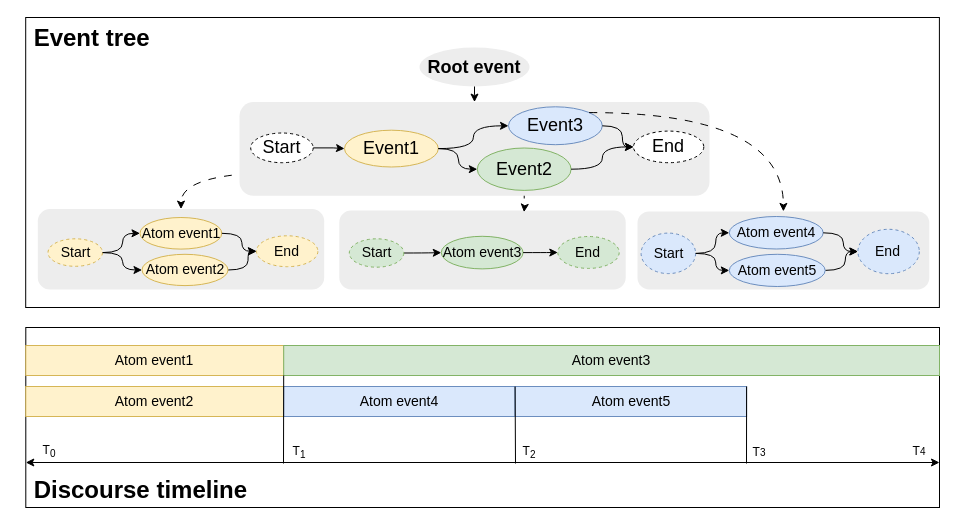
This is timeinfer.drawio from QingrenJia/DrawIO, a draw.io file, before an edit. Source tidied: cells renumbered, new cells numbered last; positions are measured from the earlier drawing's top-left corner, leaving out a move shared by most shapes. Both pictures are drawn from the tidied source at 100%, with x=0, y=0 at pixel (19, 17).
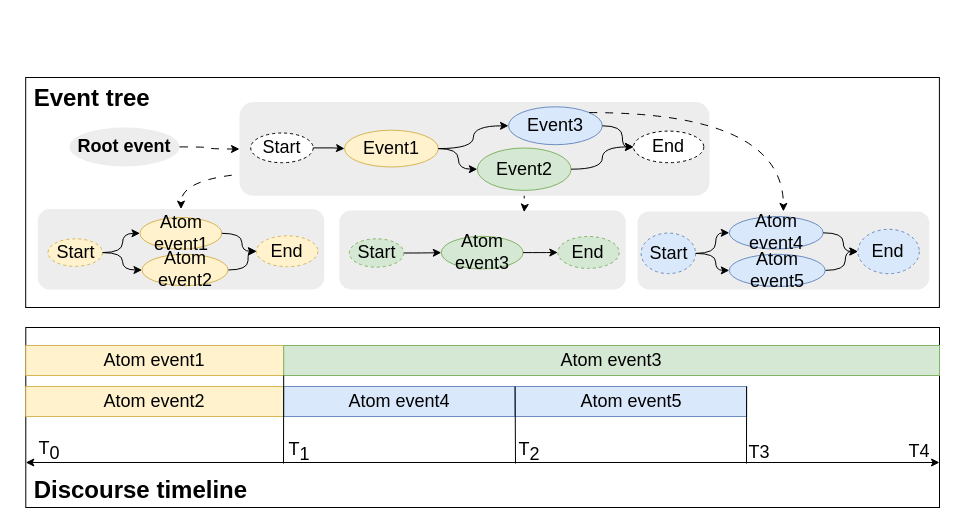
After the change.

Unchanged cells that the change refers to:
```xml
<mxCell id="3" value="&lt;b&gt;&lt;font style=&quot;font-size: 24px;&quot;&gt;&lt;br&gt;&lt;br&gt;&lt;br&gt;&lt;br&gt;&amp;nbsp;Discourse timeline&lt;/font&gt;&lt;/b&gt;" style="rounded=0;whiteSpace=wrap;html=1;align=left;verticalAlign=bottom;" parent="1" vertex="1">
  <mxGeometry x="6.3" y="310" width="913.7" height="180" as="geometry" />
</mxCell>
<mxCell id="10" style="group;fontSize=18;" parent="1" vertex="1">
  <mxGeometry x="18.3" y="30" width="891.5" height="249" as="geometry" />
</mxCell>
```

Diff of the diagram source:
```diff
@@
     <mxCell id="2" value="&lt;div style=&quot;&quot;&gt;&lt;b style=&quot;background-color: initial;&quot;&gt;&lt;font style=&quot;font-size: 24px;&quot;&gt;&amp;nbsp;Event tree&lt;/font&gt;&lt;/b&gt;&lt;/div&gt;&lt;font style=&quot;&quot;&gt;&lt;div style=&quot;&quot;&gt;&lt;span style=&quot;font-size: 24px;&quot;&gt;&lt;b&gt;&lt;br&gt;&lt;/b&gt;&lt;/span&gt;&lt;/div&gt;&lt;div style=&quot;&quot;&gt;&lt;br&gt;&lt;/div&gt;&lt;div style=&quot;&quot;&gt;&lt;br&gt;&lt;/div&gt;&lt;div style=&quot;&quot;&gt;&lt;br&gt;&lt;/div&gt;&lt;div style=&quot;&quot;&gt;&lt;br&gt;&lt;/div&gt;&lt;div style=&quot;&quot;&gt;&lt;br&gt;&lt;/div&gt;&lt;div style=&quot;&quot;&gt;&lt;br&gt;&lt;/div&gt;&lt;div style=&quot;&quot;&gt;&lt;br&gt;&lt;/div&gt;&lt;font style=&quot;&quot;&gt;&lt;br&gt;&lt;br&gt;&lt;br&gt;&lt;br&gt;&lt;br&gt;&lt;br&gt;&lt;div style=&quot;&quot;&gt;&lt;br&gt;&lt;/div&gt;&lt;/font&gt;&lt;/font&gt;" style="rounded=0;whiteSpace=wrap;html=1;align=left;verticalAlign=top;" parent="1" vertex="1">
-      <mxGeometry x="6.2" width="913.7" height="290" as="geometry" />
+      <mxGeometry x="6.2" y="60" width="913.7" height="230" as="geometry" />
     </mxCell>
@@
-    <mxCell id="4" style="group;fontStyle=0;" parent="1" vertex="1">
+    <mxCell id="4" style="group;fontStyle=0;fontSize=18;" parent="1" vertex="1">
       <mxGeometry x="6.3" y="328" width="913.7" height="71" as="geometry" />
     </mxCell>
-    <mxCell id="5" value="&lt;h2 style=&quot;border-color: var(--border-color); font-size: 14px;&quot;&gt;&lt;span style=&quot;font-weight: normal;&quot;&gt;Atom event2&lt;/span&gt;&lt;/h2&gt;" style="rounded=0;whiteSpace=wrap;html=1;fillColor=#fff2cc;strokeColor=#d6b656;fontStyle=0;" parent="4" vertex="1">
+    <mxCell id="5" value="&lt;h2 style=&quot;border-color: var(--border-color); font-size: 18px;&quot;&gt;&lt;span style=&quot;font-weight: normal; font-size: 18px;&quot;&gt;Atom event2&lt;/span&gt;&lt;/h2&gt;" style="rounded=0;whiteSpace=wrap;html=1;fillColor=#fff2cc;strokeColor=#d6b656;fontStyle=0;fontSize=18;" parent="4" vertex="1">
       <mxGeometry y="41" width="257.9" height="30" as="geometry" />
     </mxCell>
-    <mxCell id="6" value="&lt;h2 style=&quot;border-color: var(--border-color); font-size: 14px;&quot;&gt;&lt;span style=&quot;font-weight: normal;&quot;&gt;Atom event1&lt;/span&gt;&lt;/h2&gt;" style="rounded=0;whiteSpace=wrap;html=1;fillColor=#fff2cc;strokeColor=#d6b656;fontStyle=1;" parent="4" vertex="1">
+    <mxCell id="6" value="&lt;h2 style=&quot;border-color: var(--border-color); font-size: 18px;&quot;&gt;&lt;span style=&quot;font-weight: normal; font-size: 18px;&quot;&gt;Atom event1&lt;/span&gt;&lt;/h2&gt;" style="rounded=0;whiteSpace=wrap;html=1;fillColor=#fff2cc;strokeColor=#d6b656;fontStyle=1;fontSize=18;" parent="4" vertex="1">
       <mxGeometry width="257.9" height="30" as="geometry" />
     </mxCell>
-    <mxCell id="7" value="&lt;h2 style=&quot;border-color: var(--border-color); font-size: 14px;&quot;&gt;&lt;span style=&quot;font-weight: normal;&quot;&gt;Atom event3&lt;/span&gt;&lt;/h2&gt;" style="rounded=0;whiteSpace=wrap;html=1;fillColor=#d5e8d4;strokeColor=#82b366;fontStyle=0;" parent="4" vertex="1">
+    <mxCell id="7" value="&lt;h2 style=&quot;border-color: var(--border-color); font-size: 18px;&quot;&gt;&lt;span style=&quot;font-weight: normal; font-size: 18px;&quot;&gt;Atom event3&lt;/span&gt;&lt;/h2&gt;" style="rounded=0;whiteSpace=wrap;html=1;fillColor=#d5e8d4;strokeColor=#82b366;fontStyle=0;fontSize=18;" parent="4" vertex="1">
       <mxGeometry x="257.9" width="655.8" height="30" as="geometry" />
     </mxCell>
-    <mxCell id="8" value="&lt;h2 style=&quot;border-color: var(--border-color); font-size: 14px;&quot;&gt;&lt;span style=&quot;font-weight: normal;&quot;&gt;Atom event4&lt;/span&gt;&lt;/h2&gt;" style="rounded=0;whiteSpace=wrap;html=1;fillColor=#dae8fc;strokeColor=#6c8ebf;fontStyle=0;" parent="4" vertex="1">
+    <mxCell id="8" value="&lt;h2 style=&quot;border-color: var(--border-color); font-size: 18px;&quot;&gt;&lt;span style=&quot;font-weight: normal; font-size: 18px;&quot;&gt;Atom event4&lt;/span&gt;&lt;/h2&gt;" style="rounded=0;whiteSpace=wrap;html=1;fillColor=#dae8fc;strokeColor=#6c8ebf;fontStyle=0;fontSize=18;" parent="4" vertex="1">
       <mxGeometry x="257.9" y="41" width="231.5" height="30" as="geometry" />
     </mxCell>
-    <mxCell id="9" value="&lt;h2 style=&quot;border-color: var(--border-color); font-size: 14px;&quot;&gt;&lt;span style=&quot;font-weight: normal;&quot;&gt;Atom event5&lt;/span&gt;&lt;/h2&gt;" style="rounded=0;whiteSpace=wrap;html=1;fillColor=#dae8fc;strokeColor=#6c8ebf;fontStyle=0;" parent="4" vertex="1">
+    <mxCell id="9" value="&lt;h2 style=&quot;border-color: var(--border-color); font-size: 18px;&quot;&gt;&lt;span style=&quot;font-weight: normal; font-size: 18px;&quot;&gt;Atom event5&lt;/span&gt;&lt;/h2&gt;" style="rounded=0;whiteSpace=wrap;html=1;fillColor=#dae8fc;strokeColor=#6c8ebf;fontStyle=0;fontSize=18;" parent="4" vertex="1">
       <mxGeometry x="489.3" y="41" width="231.5" height="30" as="geometry" />
     </mxCell>
@@
-    <mxCell id="11" value="&lt;h2 style=&quot;border-color: var(--border-color); text-align: center; font-size: 14px;&quot;&gt;&lt;br style=&quot;font-size: 14px;&quot;&gt;&lt;/h2&gt;" style="rounded=1;whiteSpace=wrap;html=1;align=left;fillColor=#ededed;strokeColor=none;fontSize=14;" parent="10" vertex="1">
+    <mxCell id="11" value="&lt;h2 style=&quot;border-color: var(--border-color); text-align: center; font-size: 18px;&quot;&gt;&lt;br style=&quot;font-size: 18px;&quot;&gt;&lt;/h2&gt;" style="rounded=1;whiteSpace=wrap;html=1;align=left;fillColor=#ededed;strokeColor=none;fontSize=18;" parent="10" vertex="1">
       <mxGeometry y="161.6" width="286.4" height="80.4" as="geometry" />
     </mxCell>
-    <mxCell id="12" value="&lt;h2 style=&quot;border-color: var(--border-color); text-align: center; font-size: 14px;&quot;&gt;&lt;br style=&quot;font-size: 14px;&quot;&gt;&lt;/h2&gt;" style="rounded=1;whiteSpace=wrap;html=1;align=left;strokeColor=none;fillColor=#ededed;fontSize=14;" parent="10" vertex="1">
+    <mxCell id="12" value="&lt;h2 style=&quot;border-color: var(--border-color); text-align: center; font-size: 18px;&quot;&gt;&lt;br style=&quot;font-size: 18px;&quot;&gt;&lt;/h2&gt;" style="rounded=1;whiteSpace=wrap;html=1;align=left;strokeColor=none;fillColor=#ededed;fontSize=18;" parent="10" vertex="1">
       <mxGeometry x="301.5" y="163.1" width="286.4" height="78.8" as="geometry" />
     </mxCell>
     <mxCell id="13" value="&lt;h2 style=&quot;font-size: 18px;&quot;&gt;Root event&lt;/h2&gt;" style="ellipse;whiteSpace=wrap;html=1;fontSize=18;fillColor=#ededed;strokeColor=none;" parent="10" vertex="1">
-      <mxGeometry x="381.7" width="110" height="39" as="geometry" />
+      <mxGeometry x="31.7" y="79.9" width="110" height="39" as="geometry" />
     </mxCell>
@@
-    <mxCell id="16" value="&lt;h2 style=&quot;font-size: 18px;&quot;&gt;&lt;/h2&gt;&lt;h2 style=&quot;border-color: var(--border-color); text-align: center; font-size: 18px;&quot;&gt;&lt;br&gt;&lt;/h2&gt;" style="rounded=1;whiteSpace=wrap;html=1;align=left;fillColor=#ededed;strokeColor=none;fontSize=18;" parent="10" vertex="1">
+    <mxCell id="16" value="&lt;h2 style=&quot;font-size: 18px;&quot;&gt;&lt;/h2&gt;&lt;h2 style=&quot;border-color: var(--border-color); text-align: center; font-size: 18px;&quot;&gt;&lt;br style=&quot;font-size: 18px;&quot;&gt;&lt;/h2&gt;" style="rounded=1;whiteSpace=wrap;html=1;align=left;fillColor=#ededed;strokeColor=none;fontSize=18;" parent="10" vertex="1">
       <mxGeometry x="201.7" y="54.6" width="470" height="93.7" as="geometry" />
     </mxCell>
@@
-    <mxCell id="18" style="group;strokeColor=none;fontSize=14;" parent="10" vertex="1">
+    <mxCell id="18" style="group;strokeColor=none;fontSize=18;" parent="10" vertex="1">
       <mxGeometry x="10.2" y="170" width="269.9" height="68.1" as="geometry" />
     </mxCell>
-    <mxCell id="19" value="&lt;h2 style=&quot;border-color: var(--border-color); font-size: 14px;&quot;&gt;&lt;span style=&quot;font-weight: normal; font-size: 14px;&quot;&gt;Atom event1&lt;/span&gt;&lt;/h2&gt;" style="ellipse;whiteSpace=wrap;html=1;fillColor=#fff2cc;strokeColor=#d6b656;fontStyle=1;fontSize=14;" parent="18" vertex="1">
+    <mxCell id="19" value="&lt;h2 style=&quot;border-color: var(--border-color); font-size: 18px;&quot;&gt;&lt;span style=&quot;font-weight: normal; font-size: 18px;&quot;&gt;Atom event1&lt;/span&gt;&lt;/h2&gt;" style="ellipse;whiteSpace=wrap;html=1;fillColor=#fff2cc;strokeColor=#d6b656;fontStyle=1;fontSize=18;" parent="18" vertex="1">
       <mxGeometry x="92" width="81.8" height="31.6" as="geometry" />
     </mxCell>
-    <mxCell id="20" style="edgeStyle=orthogonalEdgeStyle;rounded=0;jettySize=auto;html=1;curved=1;fontSize=14;" parent="18" edge="1" source="21" target="19">
+    <mxCell id="20" style="edgeStyle=orthogonalEdgeStyle;rounded=0;jettySize=auto;html=1;curved=1;fontSize=18;" parent="18" edge="1" source="21" target="19">
       <mxGeometry relative="1" as="geometry" />
     </mxCell>
-    <mxCell id="21" value="Start" style="ellipse;whiteSpace=wrap;html=1;dashed=1;fillColor=#fff2cc;strokeColor=#d6b656;fontSize=14;" parent="18" vertex="1">
+    <mxCell id="21" value="Start" style="ellipse;whiteSpace=wrap;html=1;dashed=1;fillColor=#fff2cc;strokeColor=#d6b656;fontSize=18;" parent="18" vertex="1">
       <mxGeometry y="21.3" width="54.5" height="27.5" as="geometry" />
     </mxCell>
-    <mxCell id="22" value="End" style="ellipse;whiteSpace=wrap;html=1;dashed=1;fillColor=#fff2cc;strokeColor=#d6b656;fontSize=14;" parent="18" vertex="1">
+    <mxCell id="22" value="End" style="ellipse;whiteSpace=wrap;html=1;dashed=1;fillColor=#fff2cc;strokeColor=#d6b656;fontSize=18;" parent="18" vertex="1">
       <mxGeometry x="208.5" y="18.3" width="61.4" height="30.9" as="geometry" />
     </mxCell>
-    <mxCell id="23" style="edgeStyle=orthogonalEdgeStyle;rounded=0;jettySize=auto;html=1;curved=1;fontSize=14;" parent="18" edge="1" source="19" target="22">
+    <mxCell id="23" style="edgeStyle=orthogonalEdgeStyle;rounded=0;jettySize=auto;html=1;curved=1;fontSize=18;" parent="18" edge="1" source="19" target="22">
       <mxGeometry relative="1" as="geometry" />
     </mxCell>
-    <mxCell id="24" style="edgeStyle=orthogonalEdgeStyle;rounded=0;jettySize=auto;html=1;curved=1;fontSize=14;" parent="18" edge="1" source="25" target="22">
+    <mxCell id="24" style="edgeStyle=orthogonalEdgeStyle;rounded=0;jettySize=auto;html=1;curved=1;fontSize=18;" parent="18" edge="1" source="25" target="22">
       <mxGeometry relative="1" as="geometry" />
     </mxCell>
-    <mxCell id="25" value="&lt;h2 style=&quot;border-color: var(--border-color); font-size: 14px;&quot;&gt;&lt;span style=&quot;font-weight: normal; font-size: 14px;&quot;&gt;Atom event2&lt;/span&gt;&lt;/h2&gt;" style="ellipse;whiteSpace=wrap;html=1;fillColor=#fff2cc;strokeColor=#d6b656;fontStyle=1;fontSize=14;" parent="18" vertex="1">
+    <mxCell id="25" value="&lt;h2 style=&quot;border-color: var(--border-color); font-size: 18px;&quot;&gt;&lt;span style=&quot;font-weight: normal; font-size: 18px;&quot;&gt;Atom event2&lt;/span&gt;&lt;/h2&gt;" style="ellipse;whiteSpace=wrap;html=1;fillColor=#fff2cc;strokeColor=#d6b656;fontStyle=1;fontSize=18;" parent="18" vertex="1">
       <mxGeometry x="94" y="36.8" width="86" height="31.3" as="geometry" />
     </mxCell>
-    <mxCell id="26" style="edgeStyle=orthogonalEdgeStyle;rounded=0;jettySize=auto;html=1;curved=1;fontSize=14;" parent="18" edge="1" source="21" target="25">
+    <mxCell id="26" style="edgeStyle=orthogonalEdgeStyle;rounded=0;jettySize=auto;html=1;curved=1;fontSize=18;" parent="18" edge="1" source="21" target="25">
       <mxGeometry relative="1" as="geometry" />
     </mxCell>
-    <mxCell id="27" style="group;fontSize=14;" parent="10" vertex="1">
+    <mxCell id="27" style="group;fontSize=18;" parent="10" vertex="1">
       <mxGeometry x="311.5" y="178.7" width="269.9" height="70.3" as="geometry" />
     </mxCell>
-    <mxCell id="28" value="&lt;h2 style=&quot;border-color: var(--border-color); font-size: 14px;&quot;&gt;&lt;span style=&quot;font-weight: normal; font-size: 14px;&quot;&gt;Atom event3&lt;/span&gt;&lt;/h2&gt;" style="ellipse;whiteSpace=wrap;html=1;fillColor=#d5e8d4;strokeColor=#82b366;fontSize=14;" parent="27" vertex="1">
+    <mxCell id="28" value="&lt;h2 style=&quot;border-color: var(--border-color); font-size: 18px;&quot;&gt;&lt;span style=&quot;font-weight: normal; font-size: 18px;&quot;&gt;Atom event3&lt;/span&gt;&lt;/h2&gt;" style="ellipse;whiteSpace=wrap;html=1;fillColor=#d5e8d4;strokeColor=#82b366;fontSize=18;" parent="27" vertex="1">
       <mxGeometry x="92" y="10.1" width="81.8" height="32.6" as="geometry" />
     </mxCell>
-    <mxCell id="29" style="edgeStyle=orthogonalEdgeStyle;rounded=0;jettySize=auto;html=1;curved=1;fontSize=14;" parent="27" edge="1" source="30" target="28">
+    <mxCell id="29" style="edgeStyle=orthogonalEdgeStyle;rounded=0;jettySize=auto;html=1;curved=1;fontSize=18;" parent="27" edge="1" source="30" target="28">
       <mxGeometry relative="1" as="geometry" />
     </mxCell>
-    <mxCell id="30" value="Start" style="ellipse;whiteSpace=wrap;html=1;dashed=1;fillColor=#d5e8d4;strokeColor=#82b366;fontSize=14;" parent="27" vertex="1">
+    <mxCell id="30" value="Start" style="ellipse;whiteSpace=wrap;html=1;dashed=1;fillColor=#d5e8d4;strokeColor=#82b366;fontSize=18;" parent="27" vertex="1">
       <mxGeometry y="12.6" width="54.5" height="28.4" as="geometry" />
     </mxCell>
-    <mxCell id="31" value="End" style="ellipse;whiteSpace=wrap;html=1;dashed=1;fillColor=#d5e8d4;strokeColor=#82b366;fontSize=14;" parent="27" vertex="1">
+    <mxCell id="31" value="End" style="ellipse;whiteSpace=wrap;html=1;dashed=1;fillColor=#d5e8d4;strokeColor=#82b366;fontSize=18;" parent="27" vertex="1">
       <mxGeometry x="208.5" y="10.3" width="61.4" height="31.9" as="geometry" />
     </mxCell>
-    <mxCell id="32" style="edgeStyle=orthogonalEdgeStyle;rounded=0;jettySize=auto;html=1;curved=1;fontSize=14;" parent="27" edge="1" source="28" target="31">
+    <mxCell id="32" style="edgeStyle=orthogonalEdgeStyle;rounded=0;jettySize=auto;html=1;curved=1;fontSize=18;" parent="27" edge="1" source="28" target="31">
       <mxGeometry relative="1" as="geometry" />
     </mxCell>
@@
-    <mxCell id="43" value="&lt;h2 style=&quot;border-color: var(--border-color); text-align: center; font-size: 14px;&quot;&gt;&lt;br style=&quot;font-size: 14px;&quot;&gt;&lt;/h2&gt;" style="rounded=1;whiteSpace=wrap;html=1;align=left;gradientColor=none;fillColor=#ededed;strokeColor=none;fontSize=14;" parent="10" vertex="1">
+    <mxCell id="43" value="&lt;h2 style=&quot;border-color: var(--border-color); text-align: center; font-size: 18px;&quot;&gt;&lt;br style=&quot;font-size: 18px;&quot;&gt;&lt;/h2&gt;" style="rounded=1;whiteSpace=wrap;html=1;align=left;gradientColor=none;fillColor=#ededed;strokeColor=none;fontSize=18;" parent="10" vertex="1">
       <mxGeometry x="599.7" y="163.9" width="291.8" height="78.1" as="geometry" />
     </mxCell>
@@
-    <mxCell id="45" style="group;fontSize=14;" parent="10" vertex="1">
+    <mxCell id="45" style="group;fontSize=18;" parent="10" vertex="1">
       <mxGeometry x="611.5" y="169" width="269.9" height="70" as="geometry" />
     </mxCell>
-    <mxCell id="46" value="&lt;h2 style=&quot;border-color: var(--border-color); font-size: 14px;&quot;&gt;&lt;span style=&quot;font-weight: normal; font-size: 14px;&quot;&gt;&lt;font style=&quot;font-size: 14px;&quot;&gt;Atom event4&lt;/font&gt;&lt;/span&gt;&lt;/h2&gt;" style="ellipse;whiteSpace=wrap;html=1;fillColor=#dae8fc;strokeColor=#6c8ebf;fontSize=14;" parent="45" vertex="1">
+    <mxCell id="46" value="&lt;h2 style=&quot;border-color: var(--border-color); font-size: 18px;&quot;&gt;&lt;span style=&quot;font-weight: normal; font-size: 18px;&quot;&gt;&lt;font style=&quot;font-size: 18px;&quot;&gt;Atom event4&lt;/font&gt;&lt;/span&gt;&lt;/h2&gt;" style="ellipse;whiteSpace=wrap;html=1;fillColor=#dae8fc;strokeColor=#6c8ebf;fontSize=18;" parent="45" vertex="1">
       <mxGeometry x="80" width="93.9" height="32.5" as="geometry" />
     </mxCell>
-    <mxCell id="47" style="edgeStyle=orthogonalEdgeStyle;rounded=0;jettySize=auto;html=1;curved=1;fontSize=14;" parent="45" edge="1" source="48" target="46">
+    <mxCell id="47" style="edgeStyle=orthogonalEdgeStyle;rounded=0;jettySize=auto;html=1;curved=1;fontSize=18;" parent="45" edge="1" source="48" target="46">
       <mxGeometry relative="1" as="geometry" />
     </mxCell>
-    <mxCell id="48" value="Start" style="ellipse;whiteSpace=wrap;html=1;dashed=1;fillColor=#dae8fc;strokeColor=#6c8ebf;fontSize=14;" parent="45" vertex="1">
+    <mxCell id="48" value="Start" style="ellipse;whiteSpace=wrap;html=1;dashed=1;fillColor=#dae8fc;strokeColor=#6c8ebf;fontSize=18;" parent="45" vertex="1">
       <mxGeometry x="-8.2" y="16.6" width="54.5" height="40.5" as="geometry" />
     </mxCell>
-    <mxCell id="49" value="End" style="ellipse;whiteSpace=wrap;html=1;dashed=1;fillColor=#dae8fc;strokeColor=#6c8ebf;fontSize=14;" parent="45" vertex="1">
+    <mxCell id="49" value="End" style="ellipse;whiteSpace=wrap;html=1;dashed=1;fillColor=#dae8fc;strokeColor=#6c8ebf;fontSize=18;" parent="45" vertex="1">
       <mxGeometry x="208.6" y="12.8" width="61.4" height="44.4" as="geometry" />
     </mxCell>
-    <mxCell id="50" style="edgeStyle=orthogonalEdgeStyle;rounded=0;jettySize=auto;html=1;curved=1;fontSize=14;" parent="45" edge="1" source="46" target="49">
+    <mxCell id="50" style="edgeStyle=orthogonalEdgeStyle;rounded=0;jettySize=auto;html=1;curved=1;fontSize=18;" parent="45" edge="1" source="46" target="49">
       <mxGeometry relative="1" as="geometry" />
     </mxCell>
-    <mxCell id="51" style="edgeStyle=orthogonalEdgeStyle;rounded=0;jettySize=auto;html=1;curved=1;fontSize=14;" parent="45" edge="1" source="52" target="49">
+    <mxCell id="51" style="edgeStyle=orthogonalEdgeStyle;rounded=0;jettySize=auto;html=1;curved=1;fontSize=18;" parent="45" edge="1" source="52" target="49">
       <mxGeometry relative="1" as="geometry" />
     </mxCell>
-    <mxCell id="52" value="&lt;h2 style=&quot;border-color: var(--border-color); font-size: 14px;&quot;&gt;&lt;font style=&quot;border-color: var(--border-color); font-size: 14px; font-weight: normal;&quot;&gt;Atom event5&lt;/font&gt;&lt;/h2&gt;" style="ellipse;whiteSpace=wrap;html=1;fillColor=#dae8fc;strokeColor=#6c8ebf;fontSize=14;" parent="45" vertex="1">
+    <mxCell id="52" value="&lt;h2 style=&quot;border-color: var(--border-color); font-size: 18px;&quot;&gt;&lt;font style=&quot;border-color: var(--border-color); font-size: 18px; font-weight: normal;&quot;&gt;Atom event5&lt;/font&gt;&lt;/h2&gt;" style="ellipse;whiteSpace=wrap;html=1;fillColor=#dae8fc;strokeColor=#6c8ebf;fontSize=18;" parent="45" vertex="1">
       <mxGeometry x="80" y="37.8" width="95.9" height="32.2" as="geometry" />
     </mxCell>
-    <mxCell id="53" style="edgeStyle=orthogonalEdgeStyle;rounded=0;jettySize=auto;html=1;curved=1;fontSize=14;" parent="45" edge="1" source="48" target="52">
+    <mxCell id="53" style="edgeStyle=orthogonalEdgeStyle;rounded=0;jettySize=auto;html=1;curved=1;fontSize=18;" parent="45" edge="1" source="48" target="52">
       <mxGeometry relative="1" as="geometry" />
     </mxCell>
-    <mxCell id="54" style="endArrow=classic;html=1;rounded=0;exitX=0;exitY=0.75;exitDx=0;exitDy=0;entryX=1;entryY=0.75;entryDx=0;entryDy=0;startArrow=classic;startFill=1;" parent="1" edge="1" source="3" target="3">
+    <mxCell id="54" style="endArrow=classic;html=1;rounded=0;exitX=0;exitY=0.75;exitDx=0;exitDy=0;entryX=1;entryY=0.75;entryDx=0;entryDy=0;startArrow=classic;startFill=1;fontSize=18;" parent="1" edge="1" source="3" target="3">
       <mxGeometry relative="1" as="geometry" />
     </mxCell>
-    <mxCell id="55" style="endArrow=none;html=1;rounded=0;entryX=1;entryY=1;entryDx=0;entryDy=0;" parent="1" edge="1" target="6">
+    <mxCell id="55" style="endArrow=none;html=1;rounded=0;entryX=1;entryY=1;entryDx=0;entryDy=0;fontSize=18;" parent="1" edge="1" target="6">
       <mxGeometry relative="1" as="geometry">
         <mxPoint x="264" y="446" as="sourcePoint" />
       </mxGeometry>
     </mxCell>
-    <mxCell id="56" style="endArrow=none;html=1;rounded=0;entryX=0;entryY=0;entryDx=0;entryDy=0;" parent="1" edge="1" target="9">
+    <mxCell id="56" style="endArrow=none;html=1;rounded=0;entryX=0;entryY=0;entryDx=0;entryDy=0;fontSize=18;" parent="1" edge="1" target="9">
       <mxGeometry relative="1" as="geometry">
         <mxPoint x="496" y="446" as="sourcePoint" />
       </mxGeometry>
     </mxCell>
-    <mxCell id="57" style="endArrow=none;html=1;rounded=0;entryX=1;entryY=0;entryDx=0;entryDy=0;" parent="1" edge="1" target="9">
+    <mxCell id="57" style="endArrow=none;html=1;rounded=0;entryX=1;entryY=0;entryDx=0;entryDy=0;fontSize=18;" parent="1" edge="1" target="9">
       <mxGeometry relative="1" as="geometry">
         <mxPoint x="727" y="446" as="sourcePoint" />
       </mxGeometry>
     </mxCell>
-    <mxCell id="58" value="T&lt;sub&gt;1&lt;/sub&gt;" style="text;html=1;strokeColor=none;fillColor=none;align=center;verticalAlign=middle;whiteSpace=wrap;rounded=0;" parent="1" vertex="1">
+    <mxCell id="58" value="T&lt;sub style=&quot;font-size: 18px;&quot;&gt;1&lt;/sub&gt;" style="text;html=1;strokeColor=none;fillColor=none;align=center;verticalAlign=middle;whiteSpace=wrap;rounded=0;fontSize=18;" parent="1" vertex="1">
       <mxGeometry x="250" y="420" width="60" height="30" as="geometry" />
     </mxCell>
-    <mxCell id="59" value="T&lt;sub&gt;2&lt;/sub&gt;" style="text;html=1;strokeColor=none;fillColor=none;align=center;verticalAlign=middle;whiteSpace=wrap;rounded=0;" parent="1" vertex="1">
+    <mxCell id="59" value="T&lt;sub style=&quot;font-size: 18px;&quot;&gt;2&lt;/sub&gt;" style="text;html=1;strokeColor=none;fillColor=none;align=center;verticalAlign=middle;whiteSpace=wrap;rounded=0;fontSize=18;" parent="1" vertex="1">
       <mxGeometry x="480" y="420" width="60" height="30" as="geometry" />
     </mxCell>
-    <mxCell id="60" value="T&lt;span style=&quot;font-size: 10px;&quot;&gt;3&lt;/span&gt;" style="text;html=1;strokeColor=none;fillColor=none;align=center;verticalAlign=middle;whiteSpace=wrap;rounded=0;" parent="1" vertex="1">
+    <mxCell id="60" value="T&lt;span style=&quot;font-size: 18px;&quot;&gt;3&lt;/span&gt;" style="text;html=1;strokeColor=none;fillColor=none;align=center;verticalAlign=middle;whiteSpace=wrap;rounded=0;fontSize=18;" parent="1" vertex="1">
       <mxGeometry x="710" y="420" width="60" height="30" as="geometry" />
     </mxCell>
-    <mxCell id="61" value="T&lt;sub&gt;0&lt;/sub&gt;" style="text;html=1;strokeColor=none;fillColor=none;align=center;verticalAlign=middle;whiteSpace=wrap;rounded=0;" parent="1" vertex="1">
+    <mxCell id="61" value="T&lt;sub style=&quot;font-size: 18px;&quot;&gt;0&lt;/sub&gt;" style="text;html=1;strokeColor=none;fillColor=none;align=center;verticalAlign=middle;whiteSpace=wrap;rounded=0;fontSize=18;" parent="1" vertex="1">
       <mxGeometry y="419" width="60" height="30" as="geometry" />
     </mxCell>
-    <mxCell id="62" value="T&lt;span style=&quot;font-size: 10px;&quot;&gt;4&lt;/span&gt;" style="text;html=1;strokeColor=none;fillColor=none;align=center;verticalAlign=middle;whiteSpace=wrap;rounded=0;" parent="1" vertex="1">
+    <mxCell id="62" value="T&lt;span style=&quot;font-size: 18px;&quot;&gt;4&lt;/span&gt;" style="text;html=1;strokeColor=none;fillColor=none;align=center;verticalAlign=middle;whiteSpace=wrap;rounded=0;fontSize=18;" parent="1" vertex="1">
       <mxGeometry x="870" y="419" width="60" height="30" as="geometry" />
     </mxCell>
```
